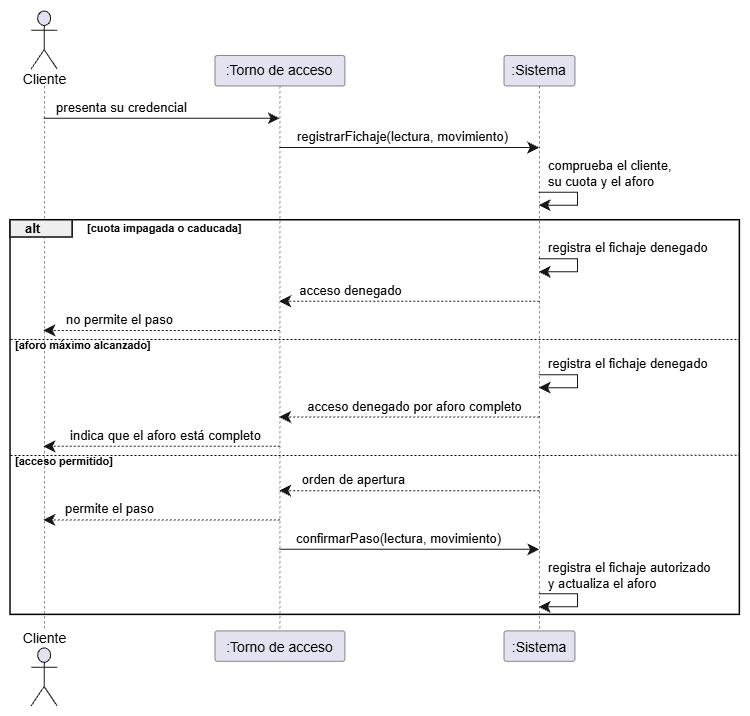
gis-ir/IR2627-G1-06 keeps this draw.io diagram as assets/DS REGISTRAR ACCESO DE USUARIO.png. Above is the earlier version. Source tidied: cells renumbered, new cells last; positions are measured from the earlier drawing's top-left corner, leaving out a move shared by most shapes.
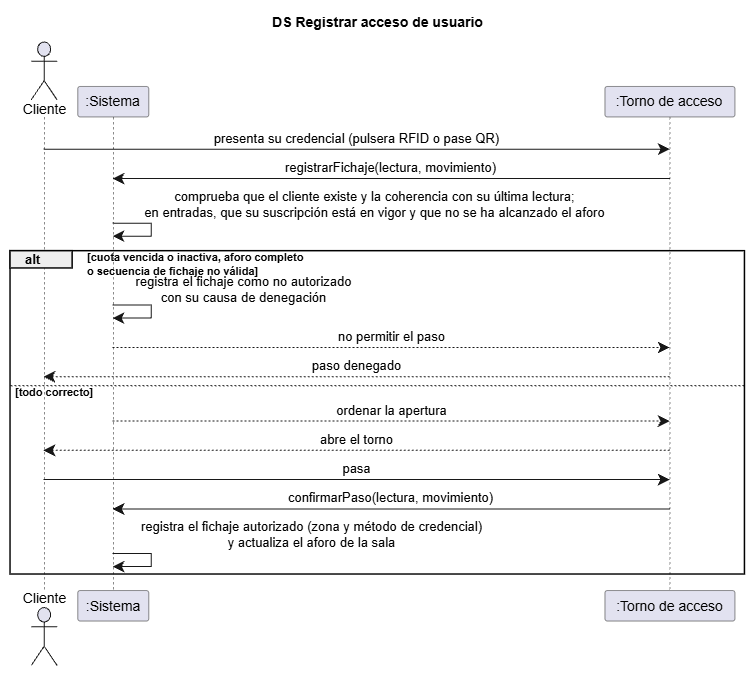
After the commit.

What changed in the source:
```diff
@@ -5,160 +5,135 @@
     <mxCell id="2" style="group;transparentBounds=1;editIcon=1;lockedGroup=0;groupPadding=10;" parent="1" vertex="1">
       <mxGeometry as="geometry" />
     </mxCell>
-    <mxCell id="3" style="shape=umlLifeline;perimeter=lifelinePerimeter;participant=headless;size=75.49;lifelineMirror=1;dashPattern=5 5;outlineConnect=0;portConstraint=eastwest;newEdgeStyle={&quot;edgeStyle&quot;:&quot;sequenceEdgeStyle&quot;,&quot;libavoidRouting&quot;:0,&quot;curved&quot;:0,&quot;rounded&quot;:0};fillColor=none;strokeColor=#181818;strokeWidth=0.5;" parent="2" vertex="1">
-      <mxGeometry x="40" y="30" width="47.3" height="695.9" as="geometry" />
-    </mxCell>
+    <mxCell id="32" style="shape=umlLifeline;perimeter=lifelinePerimeter;participant=headless;size=75.49;lifelineMirror=1;dashPattern=5 5;outlineConnect=0;portConstraint=eastwest;newEdgeStyle={&quot;edgeStyle&quot;:&quot;sequenceEdgeStyle&quot;,&quot;libavoidRouting&quot;:0,&quot;curved&quot;:0,&quot;rounded&quot;:0};fillColor=none;strokeColor=#181818;strokeWidth=0.5;" parent="2" vertex="1">
+      <mxGeometry x="40" y="140.9" width="47.3" height="624.6" as="geometry" />
+    </mxCell>
-    <mxCell id="4" value="Cliente" style="shape=umlActor;verticalLabelPosition=bottom;verticalAlign=top;spacingTop=-5;fillColor=#E2E2F0;strokeColor=#181818;fontColor=#000000;fontSize=14;html=1;shadow=0;" parent="3" vertex="1">
+    <mxCell id="4" value="Cliente" style="shape=umlActor;verticalLabelPosition=bottom;verticalAlign=top;spacingTop=-5;fillColor=#E2E2F0;strokeColor=#181818;fontColor=#000000;fontSize=14;html=1;shadow=0;" parent="32" vertex="1">
       <mxGeometry x="10.7" y="0.5" width="26" height="58" as="geometry" />
     </mxCell>
-    <mxCell id="5" value="Cliente" style="shape=umlActor;verticalLabelPosition=top;verticalAlign=bottom;spacingBottom=-2.5;fillColor=#E2E2F0;strokeColor=#181818;fontColor=#000000;fontSize=14;html=1;shadow=0;" parent="3" vertex="1">
-      <mxGeometry x="10.7" y="637.4" width="26" height="58" as="geometry" />
+    <mxCell id="5" value="Cliente" style="shape=umlActor;verticalLabelPosition=top;verticalAlign=bottom;spacingBottom=-2.5;fillColor=#E2E2F0;strokeColor=#181818;fontColor=#000000;fontSize=14;html=1;shadow=0;" parent="32" vertex="1">
+      <mxGeometry x="10.7" y="566.1" width="26" height="58" as="geometry" />
     </mxCell>
+    <mxCell id="7" value=":Sistema" style="shape=umlLifeline;perimeter=lifelinePerimeter;size=30.49;lifelineMirror=1;dashPattern=5 5;outlineConnect=0;portConstraint=eastwest;newEdgeStyle={&quot;edgeStyle&quot;:&quot;sequenceEdgeStyle&quot;,&quot;libavoidRouting&quot;:0,&quot;curved&quot;:0,&quot;rounded&quot;:0};rounded=1;absoluteArcSize=1;arcSize=5;fillColor=#E2E2F0;strokeColor=#181818;strokeWidth=0.5;fontColor=#000000;fontSize=14;whiteSpace=wrap;html=1;shadow=0;" parent="2" vertex="1">
+      <mxGeometry x="97.3" y="185.9" width="71" height="534.6" as="geometry" />
+    </mxCell>
     <mxCell id="6" value=":Torno de acceso" style="shape=umlLifeline;perimeter=lifelinePerimeter;size=30.49;lifelineMirror=1;dashPattern=5 5;outlineConnect=0;portConstraint=eastwest;newEdgeStyle={&quot;edgeStyle&quot;:&quot;sequenceEdgeStyle&quot;,&quot;libavoidRouting&quot;:0,&quot;curved&quot;:0,&quot;rounded&quot;:0};rounded=1;absoluteArcSize=1;arcSize=5;fillColor=#E2E2F0;strokeColor=#181818;strokeWidth=0.5;fontColor=#000000;fontSize=14;whiteSpace=wrap;html=1;shadow=0;" parent="2" vertex="1">
-      <mxGeometry x="234.5" y="75" width="130" height="605.9" as="geometry" />
+      <mxGeometry x="624.5" y="185.9" width="130" height="534.6" as="geometry" />
     </mxCell>
-    <mxCell id="7" value=":Sistema" style="shape=umlLifeline;perimeter=lifelinePerimeter;size=30.49;lifelineMirror=1;dashPattern=5 5;outlineConnect=0;portConstraint=eastwest;newEdgeStyle={&quot;edgeStyle&quot;:&quot;sequenceEdgeStyle&quot;,&quot;libavoidRouting&quot;:0,&quot;curved&quot;:0,&quot;rounded&quot;:0};rounded=1;absoluteArcSize=1;arcSize=5;fillColor=#E2E2F0;strokeColor=#181818;strokeWidth=0.5;fontColor=#000000;fontSize=14;whiteSpace=wrap;html=1;shadow=0;" parent="2" vertex="1">
-      <mxGeometry x="523.5" y="75" width="71" height="605.9" as="geometry" />
-    </mxCell>
-    <mxCell id="8" style="rounded=0;fillColor=none;strokeColor=#000000;strokeWidth=1.5;shadow=0;" parent="2" vertex="1">
-      <mxGeometry x="30" y="239.7" width="729.3" height="394.6" as="geometry" />
-    </mxCell>
+    <mxCell id="33" style="rounded=0;fillColor=none;strokeColor=#000000;strokeWidth=1.5;shadow=0;" parent="2" vertex="1">
+      <mxGeometry x="30" y="350.7" width="734.4" height="323.4" as="geometry" />
+    </mxCell>
-    <mxCell id="9" value="alt" style="rounded=0;fillColor=#EEEEEE;strokeColor=#000000;strokeWidth=1.5;fontColor=#000000;fontSize=13;fontStyle=1;align=left;spacingLeft=13;verticalAlign=middle;html=1;shadow=0;" parent="8" vertex="1">
+    <mxCell id="9" value="alt" style="rounded=0;fillColor=#EEEEEE;strokeColor=#000000;strokeWidth=1.5;fontColor=#000000;fontSize=13;fontStyle=1;align=left;spacingLeft=13;verticalAlign=middle;html=1;shadow=0;" parent="33" vertex="1">
       <mxGeometry width="62.1" height="17.3" as="geometry" />
     </mxCell>
-    <mxCell id="10" value="[cuota impagada o caducada]" style="text;html=1;fontColor=#000000;fontSize=11;fontStyle=1;align=left;verticalAlign=middle;" parent="8" vertex="1">
-      <mxGeometry x="75.1" y="1" width="173.5" height="15" as="geometry" />
-    </mxCell>
-    <mxCell id="11" style="endArrow=none;html=1;strokeColor=#000000;strokeWidth=1;dashed=1;dashPattern=2 2;exitX=0;exitY=0.302;exitDx=0;exitDy=0;curved=0;rounded=0;endSize=6;fontSize=11;sourcePerimeterSpacing=0;targetPerimeterSpacing=0;" parent="8" edge="1" source="8">
-      <mxGeometry relative="1" as="geometry">
-        <mxPoint x="729.3" y="119.2" as="targetPoint" />
-      </mxGeometry>
-    </mxCell>
-    <mxCell id="12" value="[aforo máximo alcanzado]" style="text;html=1;fontColor=#000000;fontSize=11;fontStyle=1;align=left;verticalAlign=middle;" parent="8" vertex="1">
-      <mxGeometry x="3" y="118.2" width="155.4" height="15" as="geometry" />
-    </mxCell>
-    <mxCell id="13" style="endArrow=none;html=1;strokeColor=#000000;strokeWidth=1;dashed=1;dashPattern=2 2;exitX=0;exitY=0.596;exitDx=0;exitDy=0;curved=0;rounded=0;endSize=6;fontSize=11;sourcePerimeterSpacing=0;targetPerimeterSpacing=0;" parent="8" edge="1" source="8">
-      <mxGeometry relative="1" as="geometry">
-        <mxPoint x="729.3" y="235.1" as="targetPoint" />
-      </mxGeometry>
-    </mxCell>
-    <mxCell id="14" value="[acceso permitido]" style="text;html=1;fontColor=#000000;fontSize=11;fontStyle=1;align=left;verticalAlign=middle;" parent="8" vertex="1">
-      <mxGeometry x="3" y="234.1" width="113" height="15" as="geometry" />
-    </mxCell>
-    <mxCell id="15" value="presenta su credencial" style="endArrow=classic;endFill=1;endSize=9;html=1;edgeStyle=sequenceEdgeStyle;libavoidRouting=0;curved=0;rounded=0;strokeColor=#181818;strokeWidth=1;fontColor=#000000;fontSize=13;verticalAlign=bottom;labelBackgroundColor=none;sourcePerimeterSpacing=0;targetPerimeterSpacing=0;" parent="2" edge="1" source="3" target="6">
-      <mxGeometry x="-0.34" relative="1" as="geometry">
-        <Array as="points">
-          <mxPoint x="182" y="137.8" />
-        </Array>
-      </mxGeometry>
-    </mxCell>
+    <mxCell id="34" value="[cuota vencida o inactiva, aforo completo&#10;o secuencia de fichaje no válida]" style="text;html=1;fontColor=#000000;fontSize=11;fontStyle=1;align=left;verticalAlign=middle;" parent="33" vertex="1">
+      <mxGeometry x="75.1" y="1" width="240.9" height="24" as="geometry" />
+    </mxCell>
+    <mxCell id="35" style="endArrow=none;html=1;strokeColor=#000000;strokeWidth=1;dashed=1;dashPattern=2 2;exitX=0;exitY=0.416;exitDx=0;exitDy=0;curved=0;rounded=0;endSize=6;fontSize=11;sourcePerimeterSpacing=0;targetPerimeterSpacing=0;" parent="33" edge="1" source="33">
+      <mxGeometry relative="1" as="geometry">
+        <mxPoint x="734.4" y="134.5" as="targetPoint" />
+      </mxGeometry>
+    </mxCell>
+    <mxCell id="36" value="[todo correcto]" style="text;html=1;fontColor=#000000;fontSize=11;fontStyle=1;align=left;verticalAlign=middle;" parent="33" vertex="1">
+      <mxGeometry x="3" y="133.6" width="92.2" height="15" as="geometry" />
+    </mxCell>
+    <mxCell id="37" value="presenta su credencial (pulsera RFID o pase QR)" style="endArrow=classic;endFill=1;endSize=9;html=1;edgeStyle=sequenceEdgeStyle;libavoidRouting=0;curved=0;rounded=0;strokeColor=#181818;strokeWidth=1;fontColor=#000000;fontSize=13;verticalAlign=bottom;labelBackgroundColor=none;align=center;sourcePerimeterSpacing=0;targetPerimeterSpacing=0;" parent="2" edge="1" source="32" target="6">
+      <mxGeometry relative="1" as="geometry">
+        <Array as="points">
+          <mxPoint x="377" y="248.8" />
+        </Array>
+      </mxGeometry>
+    </mxCell>
-    <mxCell id="16" value="registrarFichaje(lectura, movimiento)" style="endArrow=classic;endFill=1;endSize=9;html=1;edgeStyle=sequenceEdgeStyle;libavoidRouting=0;curved=0;rounded=0;strokeColor=#181818;strokeWidth=1;fontColor=#000000;fontSize=13;verticalAlign=bottom;labelBackgroundColor=none;sourcePerimeterSpacing=0;targetPerimeterSpacing=0;" parent="2" edge="1" source="6" target="7">
-      <mxGeometry x="-0.05" relative="1" as="geometry">
+    <mxCell id="16" value="registrarFichaje(lectura, movimiento)" style="endArrow=classic;endFill=1;endSize=9;html=1;edgeStyle=sequenceEdgeStyle;libavoidRouting=0;curved=0;rounded=0;strokeColor=#181818;strokeWidth=1;fontColor=#000000;fontSize=13;verticalAlign=bottom;labelBackgroundColor=none;align=center;sourcePerimeterSpacing=0;targetPerimeterSpacing=0;" parent="2" edge="1" source="6" target="7">
+      <mxGeometry relative="1" as="geometry">
         <Array as="points">
-          <mxPoint x="429" y="167.1" />
+          <mxPoint x="411" y="278.1" />
         </Array>
       </mxGeometry>
     </mxCell>
-    <mxCell id="17" style="endArrow=classic;endFill=1;endSize=9;html=1;edgeStyle=sequenceEdgeStyle;libavoidRouting=0;curved=0;rounded=0;strokeColor=#181818;strokeWidth=1;fontSize=11;sourcePerimeterSpacing=0;targetPerimeterSpacing=0;" parent="2" edge="1" source="7" target="7">
-      <mxGeometry relative="1" as="geometry">
-        <Array as="points">
-          <mxPoint x="597" y="211.7" />
-          <mxPoint x="597" y="224.7" />
-        </Array>
-      </mxGeometry>
-    </mxCell>
-    <mxCell id="18" value="comprueba el cliente,&#10;su cuota y el aforo" style="text;html=1;fontColor=#000000;fontSize=13;align=left;verticalAlign=middle;" parent="17" vertex="1">
-      <mxGeometry x="-1" width="141.88" height="33.62" relative="1" as="geometry">
-        <mxPoint x="7.8" y="-35.6" as="offset" />
-      </mxGeometry>
-    </mxCell>
-    <mxCell id="19" style="endArrow=classic;endFill=1;endSize=9;html=1;edgeStyle=sequenceEdgeStyle;libavoidRouting=0;curved=0;rounded=0;strokeColor=#181818;strokeWidth=1;fontSize=11;sourcePerimeterSpacing=0;targetPerimeterSpacing=0;" parent="2" edge="1" source="7" target="7">
-      <mxGeometry relative="1" as="geometry">
-        <Array as="points">
-          <mxPoint x="597" y="278.4" />
-          <mxPoint x="597" y="291.4" />
-        </Array>
-      </mxGeometry>
-    </mxCell>
-    <mxCell id="20" value="registra el fichaje denegado" style="text;html=1;fontColor=#000000;fontSize=13;align=left;verticalAlign=middle;" parent="19" vertex="1">
-      <mxGeometry x="-1" width="181.58" height="18.31" relative="1" as="geometry">
-        <mxPoint x="7.8" y="-20.3" as="offset" />
-      </mxGeometry>
-    </mxCell>
-    <mxCell id="21" value="acceso denegado" style="endArrow=classic;endFill=1;endSize=9;html=1;edgeStyle=sequenceEdgeStyle;libavoidRouting=0;curved=0;rounded=0;strokeColor=#181818;strokeWidth=1;fontColor=#000000;fontSize=13;verticalAlign=bottom;labelBackgroundColor=none;dashed=1;dashPattern=2 2;sourcePerimeterSpacing=0;targetPerimeterSpacing=0;" parent="2" edge="1" source="7" target="6">
-      <mxGeometry x="0.45" relative="1" as="geometry">
-        <Array as="points">
-          <mxPoint x="429" y="320.7" />
-        </Array>
-      </mxGeometry>
-    </mxCell>
-    <mxCell id="22" value="no permite el paso" style="endArrow=classic;endFill=1;endSize=9;html=1;edgeStyle=sequenceEdgeStyle;libavoidRouting=0;curved=0;rounded=0;strokeColor=#181818;strokeWidth=1;fontColor=#000000;fontSize=13;verticalAlign=bottom;labelBackgroundColor=none;dashed=1;dashPattern=2 2;sourcePerimeterSpacing=0;targetPerimeterSpacing=0;" parent="2" edge="1" source="6" target="3">
-      <mxGeometry x="0.35" relative="1" as="geometry">
-        <Array as="points">
-          <mxPoint x="182" y="350" />
-        </Array>
-      </mxGeometry>
-    </mxCell>
-    <mxCell id="23" style="endArrow=classic;endFill=1;endSize=9;html=1;edgeStyle=sequenceEdgeStyle;libavoidRouting=0;curved=0;rounded=0;strokeColor=#181818;strokeWidth=1;fontSize=11;sourcePerimeterSpacing=0;targetPerimeterSpacing=0;" parent="2" edge="1" source="7" target="7">
-      <mxGeometry relative="1" as="geometry">
-        <Array as="points">
-          <mxPoint x="597" y="394.2" />
-          <mxPoint x="597" y="407.2" />
-        </Array>
-      </mxGeometry>
-    </mxCell>
-    <mxCell id="24" value="registra el fichaje denegado" style="text;html=1;fontColor=#000000;fontSize=13;align=left;verticalAlign=middle;" parent="23" vertex="1">
-      <mxGeometry x="-1" width="181.58" height="18.31" relative="1" as="geometry">
-        <mxPoint x="7.8" y="-20.3" as="offset" />
-      </mxGeometry>
-    </mxCell>
-    <mxCell id="25" value="acceso denegado por aforo completo" style="endArrow=classic;endFill=1;endSize=9;html=1;edgeStyle=sequenceEdgeStyle;libavoidRouting=0;curved=0;rounded=0;strokeColor=#181818;strokeWidth=1;fontColor=#000000;fontSize=13;verticalAlign=bottom;labelBackgroundColor=none;dashed=1;dashPattern=2 2;sourcePerimeterSpacing=0;targetPerimeterSpacing=0;" parent="2" edge="1" source="7" target="6">
-      <mxGeometry x="-0.04" relative="1" as="geometry">
-        <Array as="points">
-          <mxPoint x="429" y="436.6" />
-        </Array>
-      </mxGeometry>
-    </mxCell>
-    <mxCell id="26" value="indica que el aforo está completo" style="endArrow=classic;endFill=1;endSize=9;html=1;edgeStyle=sequenceEdgeStyle;libavoidRouting=0;curved=0;rounded=0;strokeColor=#181818;strokeWidth=1;fontColor=#000000;fontSize=13;verticalAlign=bottom;labelBackgroundColor=none;dashed=1;dashPattern=2 2;sourcePerimeterSpacing=0;targetPerimeterSpacing=0;" parent="2" edge="1" source="6" target="3">
-      <mxGeometry x="-0.04" relative="1" as="geometry">
-        <Array as="points">
-          <mxPoint x="182" y="465.9" />
-        </Array>
-      </mxGeometry>
-    </mxCell>
-    <mxCell id="27" value="orden de apertura" style="endArrow=classic;endFill=1;endSize=9;html=1;edgeStyle=sequenceEdgeStyle;libavoidRouting=0;curved=0;rounded=0;strokeColor=#181818;strokeWidth=1;fontColor=#000000;fontSize=13;verticalAlign=bottom;labelBackgroundColor=none;dashed=1;dashPattern=2 2;sourcePerimeterSpacing=0;targetPerimeterSpacing=0;" parent="2" edge="1" source="7" target="6">
-      <mxGeometry x="0.43" relative="1" as="geometry">
-        <Array as="points">
-          <mxPoint x="429" y="510.1" />
-        </Array>
-      </mxGeometry>
-    </mxCell>
-    <mxCell id="28" value="permite el paso" style="endArrow=classic;endFill=1;endSize=9;html=1;edgeStyle=sequenceEdgeStyle;libavoidRouting=0;curved=0;rounded=0;strokeColor=#181818;strokeWidth=1;fontColor=#000000;fontSize=13;verticalAlign=bottom;labelBackgroundColor=none;dashed=1;dashPattern=2 2;sourcePerimeterSpacing=0;targetPerimeterSpacing=0;" parent="2" edge="1" source="6" target="3">
-      <mxGeometry x="0.44" relative="1" as="geometry">
-        <Array as="points">
-          <mxPoint x="182" y="539.4" />
-        </Array>
-      </mxGeometry>
-    </mxCell>
+    <mxCell id="38" style="endArrow=classic;endFill=1;endSize=9;html=1;edgeStyle=sequenceEdgeStyle;libavoidRouting=0;curved=0;rounded=0;strokeColor=#181818;strokeWidth=1;align=center;fontSize=11;sourcePerimeterSpacing=0;targetPerimeterSpacing=0;" parent="2" edge="1" source="7" target="7">
+      <mxGeometry relative="1" as="geometry">
+        <Array as="points">
+          <mxPoint x="170.8" y="322.7" />
+          <mxPoint x="170.8" y="335.7" />
+        </Array>
+      </mxGeometry>
+    </mxCell>
+    <mxCell id="39" value="comprueba que el cliente existe y la coherencia con su última lectura;&#10;en entradas, que su suscripción está en vigor y que no se ha alcanzado el aforo" style="text;html=1;fontColor=#000000;fontSize=13;align=center;verticalAlign=middle;" parent="38" vertex="1">
+      <mxGeometry x="-1" width="507.65" height="33.62" relative="1" as="geometry">
+        <mxPoint x="7.8" y="-35.6" as="offset" />
+      </mxGeometry>
+    </mxCell>
+    <mxCell id="40" style="endArrow=classic;endFill=1;endSize=9;html=1;edgeStyle=sequenceEdgeStyle;libavoidRouting=0;curved=0;rounded=0;strokeColor=#181818;strokeWidth=1;align=center;fontSize=11;sourcePerimeterSpacing=0;targetPerimeterSpacing=0;" parent="2" edge="1" source="7" target="7">
+      <mxGeometry relative="1" as="geometry">
+        <Array as="points">
+          <mxPoint x="170.8" y="404.6" />
+          <mxPoint x="170.8" y="417.6" />
+        </Array>
+      </mxGeometry>
+    </mxCell>
+    <mxCell id="41" value="registra el fichaje como no autorizado&#10;con su causa de denegación" style="text;html=1;fontColor=#000000;fontSize=13;align=center;verticalAlign=middle;" parent="40" vertex="1">
+      <mxGeometry x="-1" width="246.41" height="40" relative="1" as="geometry">
+        <mxPoint x="7.8" y="-35.6" as="offset" />
+      </mxGeometry>
+    </mxCell>
+    <mxCell id="42" value="no permitir el paso" style="endArrow=classic;endFill=1;endSize=9;html=1;edgeStyle=sequenceEdgeStyle;libavoidRouting=0;curved=0;rounded=0;strokeColor=#181818;strokeWidth=1;fontColor=#000000;fontSize=13;verticalAlign=bottom;labelBackgroundColor=none;dashed=1;dashPattern=2 2;align=center;sourcePerimeterSpacing=0;targetPerimeterSpacing=0;" parent="2" edge="1" source="7" target="6">
+      <mxGeometry relative="1" as="geometry">
+        <Array as="points">
+          <mxPoint x="411" y="446.9" />
+        </Array>
+      </mxGeometry>
+    </mxCell>
+    <mxCell id="43" value="paso denegado" style="endArrow=classic;endFill=1;endSize=9;html=1;edgeStyle=sequenceEdgeStyle;libavoidRouting=0;curved=0;rounded=0;strokeColor=#181818;strokeWidth=1;fontColor=#000000;fontSize=13;verticalAlign=bottom;labelBackgroundColor=none;dashed=1;dashPattern=2 2;align=center;sourcePerimeterSpacing=0;targetPerimeterSpacing=0;" parent="2" edge="1" source="6" target="32">
+      <mxGeometry relative="1" as="geometry">
+        <Array as="points">
+          <mxPoint x="377" y="476.2" />
+        </Array>
+      </mxGeometry>
+    </mxCell>
+    <mxCell id="44" value="ordenar la apertura" style="endArrow=classic;endFill=1;endSize=9;html=1;edgeStyle=sequenceEdgeStyle;libavoidRouting=0;curved=0;rounded=0;strokeColor=#181818;strokeWidth=1;fontColor=#000000;fontSize=13;verticalAlign=bottom;labelBackgroundColor=none;dashed=1;dashPattern=2 2;align=center;sourcePerimeterSpacing=0;targetPerimeterSpacing=0;" parent="2" edge="1" source="7" target="6">
+      <mxGeometry relative="1" as="geometry">
+        <Array as="points">
+          <mxPoint x="411" y="520.5" />
+        </Array>
+      </mxGeometry>
+    </mxCell>
+    <mxCell id="45" value="abre el torno" style="endArrow=classic;endFill=1;endSize=9;html=1;edgeStyle=sequenceEdgeStyle;libavoidRouting=0;curved=0;rounded=0;strokeColor=#181818;strokeWidth=1;fontColor=#000000;fontSize=13;verticalAlign=bottom;labelBackgroundColor=none;dashed=1;dashPattern=2 2;align=center;sourcePerimeterSpacing=0;targetPerimeterSpacing=0;" parent="2" edge="1" source="6" target="32">
+      <mxGeometry relative="1" as="geometry">
+        <Array as="points">
+          <mxPoint x="377" y="549.8" />
+        </Array>
+      </mxGeometry>
+    </mxCell>
+    <mxCell id="46" value="pasa" style="endArrow=classic;endFill=1;endSize=9;html=1;edgeStyle=sequenceEdgeStyle;libavoidRouting=0;curved=0;rounded=0;strokeColor=#181818;strokeWidth=1;fontColor=#000000;fontSize=13;verticalAlign=bottom;labelBackgroundColor=none;align=center;sourcePerimeterSpacing=0;targetPerimeterSpacing=0;" parent="2" edge="1" source="32" target="6">
+      <mxGeometry relative="1" as="geometry">
+        <Array as="points">
+          <mxPoint x="377" y="579.1" />
+        </Array>
+      </mxGeometry>
+    </mxCell>
-    <mxCell id="29" value="confirmarPaso(lectura, movimiento)" style="endArrow=classic;endFill=1;endSize=9;html=1;edgeStyle=sequenceEdgeStyle;libavoidRouting=0;curved=0;rounded=0;strokeColor=#181818;strokeWidth=1;fontColor=#000000;fontSize=13;verticalAlign=bottom;labelBackgroundColor=none;sourcePerimeterSpacing=0;targetPerimeterSpacing=0;" parent="2" edge="1" source="6" target="7">
-      <mxGeometry x="-0.08" relative="1" as="geometry">
+    <mxCell id="29" value="confirmarPaso(lectura, movimiento)" style="endArrow=classic;endFill=1;endSize=9;html=1;edgeStyle=sequenceEdgeStyle;libavoidRouting=0;curved=0;rounded=0;strokeColor=#181818;strokeWidth=1;fontColor=#000000;fontSize=13;verticalAlign=bottom;labelBackgroundColor=none;align=center;sourcePerimeterSpacing=0;targetPerimeterSpacing=0;" parent="2" edge="1" source="6" target="7">
+      <mxGeometry relative="1" as="geometry">
         <Array as="points">
-          <mxPoint x="429" y="568.8" />
+          <mxPoint x="411" y="608.4" />
         </Array>
       </mxGeometry>
     </mxCell>
-    <mxCell id="30" style="endArrow=classic;endFill=1;endSize=9;html=1;edgeStyle=sequenceEdgeStyle;libavoidRouting=0;curved=0;rounded=0;strokeColor=#181818;strokeWidth=1;fontSize=11;sourcePerimeterSpacing=0;targetPerimeterSpacing=0;" parent="2" edge="1" source="7" target="7">
-      <mxGeometry relative="1" as="geometry">
-        <Array as="points">
-          <mxPoint x="597" y="613.4" />
-          <mxPoint x="597" y="626.4" />
-        </Array>
-      </mxGeometry>
-    </mxCell>
-    <mxCell id="31" value="registra el fichaje autorizado&#10;y actualiza el aforo" style="text;html=1;fontColor=#000000;fontSize=13;align=left;verticalAlign=middle;" parent="30" vertex="1">
-      <mxGeometry x="-1" width="187.37" height="33.62" relative="1" as="geometry">
-        <mxPoint x="7.8" y="-35.6" as="offset" />
-      </mxGeometry>
-    </mxCell>
+    <mxCell id="47" style="endArrow=classic;endFill=1;endSize=9;html=1;edgeStyle=sequenceEdgeStyle;libavoidRouting=0;curved=0;rounded=0;strokeColor=#181818;strokeWidth=1;align=center;fontSize=11;sourcePerimeterSpacing=0;targetPerimeterSpacing=0;" parent="2" edge="1" source="7" target="7">
+      <mxGeometry relative="1" as="geometry">
+        <Array as="points">
+          <mxPoint x="170.8" y="653.1" />
+          <mxPoint x="170.8" y="666.1" />
+        </Array>
+      </mxGeometry>
+    </mxCell>
+    <mxCell id="48" value="registra el fichaje autorizado (zona y método de credencial)&#10;y actualiza el aforo de la sala" style="text;html=1;fontColor=#000000;fontSize=13;align=center;verticalAlign=middle;" parent="47" vertex="1">
+      <mxGeometry x="-1" width="381.84" height="33.62" relative="1" as="geometry">
+        <mxPoint x="7.8" y="-35.6" as="offset" />
+      </mxGeometry>
+    </mxCell>
+    <mxCell id="49" value="DS Registrar acceso de usuario" style="text;html=1;fillColor=none;strokeColor=none;fontSize=14;fontStyle=1;fontColor=#000000;align=center;verticalAlign=middle;" parent="2" vertex="1">
+      <mxGeometry x="280.3" y="110" width="233.8" height="24" as="geometry" />
+    </mxCell>
   </root>
 </mxGraphModel>
```
